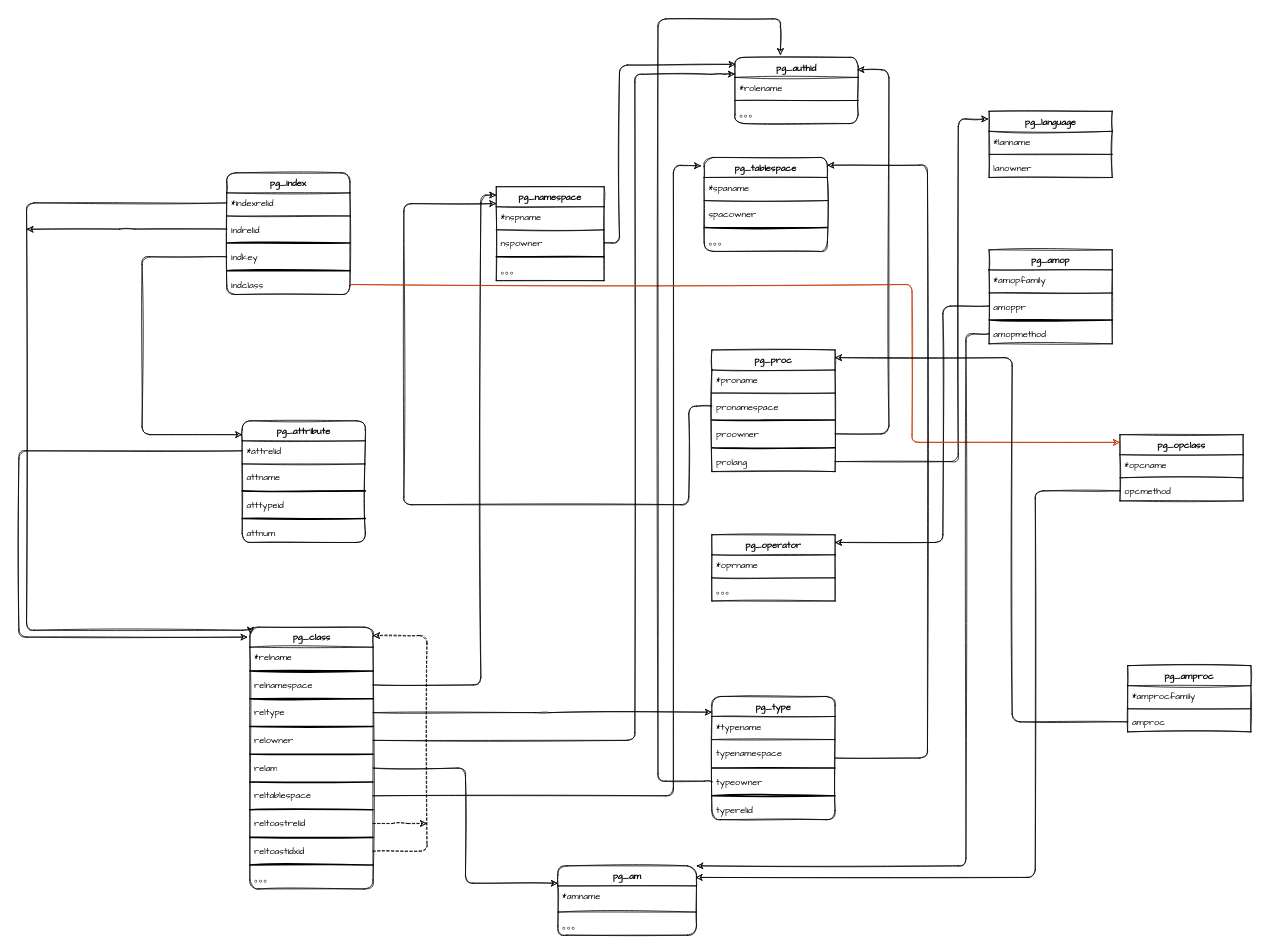
Earlier version of the draw.io diagram Untitled Diagram.drawio (nullemp/algorithm-visualizer). Source tidied: cells renumbered, new cells numbered last; positions are measured from the earlier drawing's top-left corner, leaving out a move shared by most shapes. Both pictures are drawn from the tidied source at 77%, with x=0, y=0 at pixel (18, 18).
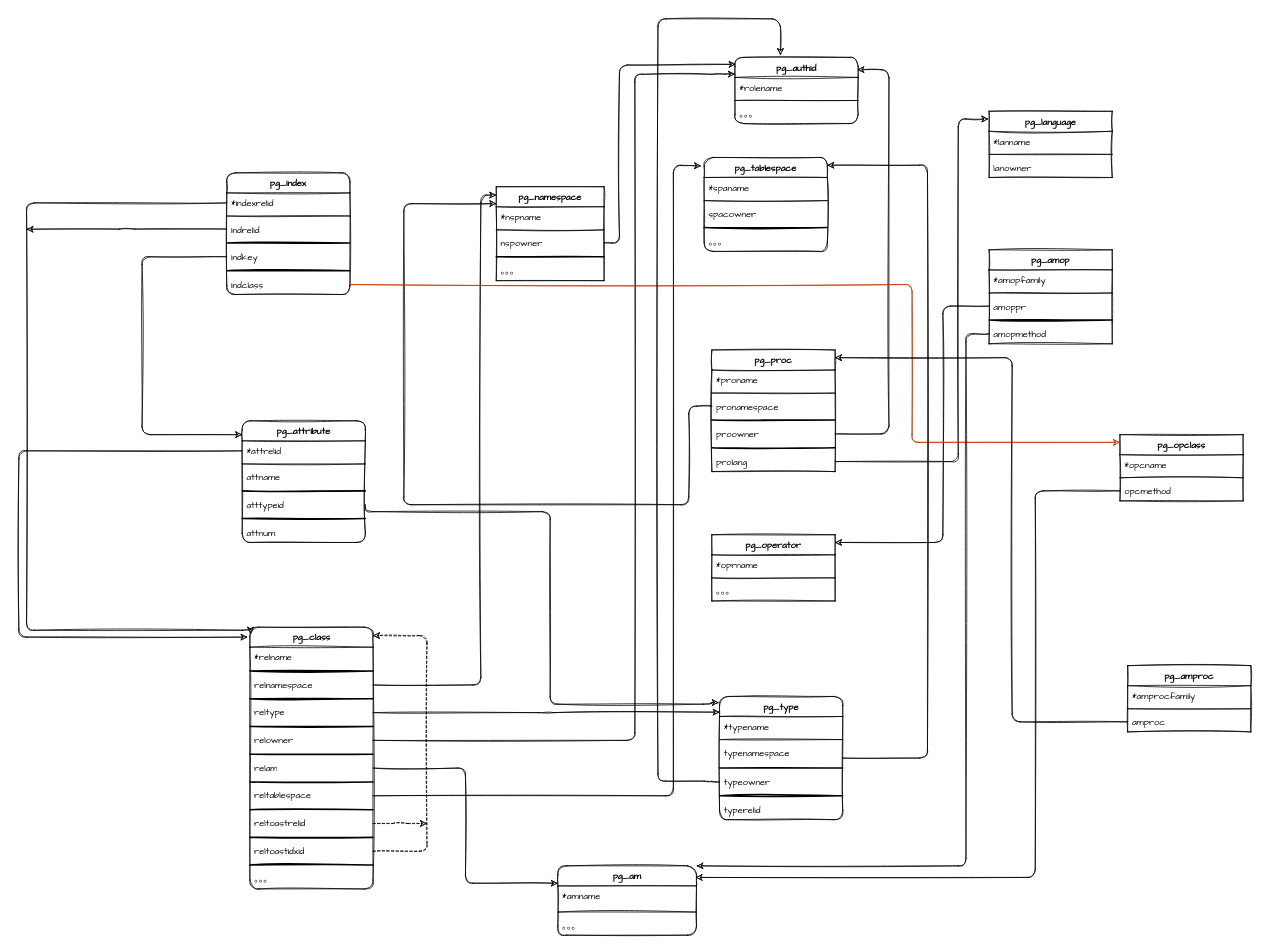
The same diagram, later.

Unchanged cells that the change refers to:
```xml
<mxCell id="59" value="atttypeid" style="text;strokeColor=none;fillColor=none;align=left;verticalAlign=top;spacingLeft=4;spacingRight=4;overflow=hidden;points=[[0,0.5],[1,0.5]];portConstraint=eastwest;rounded=1;sketch=1;fontFamily=Comic Sans MS;" parent="54" vertex="1">
  <mxGeometry y="96" width="160" height="26" as="geometry" />
</mxCell>
```

The edit, as a diff of the source:
```diff
@@
     <mxCell id="28" value="pg_type" style="swimlane;fontStyle=1;align=center;verticalAlign=top;horizontal=1;startSize=26;rounded=1;sketch=1;fontFamily=Comic Sans MS;" parent="1" vertex="1">
-      <mxGeometry x="900" y="880" width="160" height="160" as="geometry" />
+      <mxGeometry x="910" y="880" width="160" height="160" as="geometry" />
     </mxCell>
@@
+    <mxCell id="116" style="edgeStyle=segmentEdgeStyle;endArrow=classic;html=1;rounded=1;sketch=1;fontFamily=Comic Sans MS;fontSize=12;exitX=1;exitY=0.5;exitDx=0;exitDy=0;entryX=-0.006;entryY=0.05;entryDx=0;entryDy=0;entryPerimeter=0;" parent="1" edge="1" source="59" target="28">
+      <mxGeometry relative="1" as="geometry">
+        <Array as="points">
+          <mxPoint x="450" y="640" />
+          <mxPoint x="690" y="640" />
+          <mxPoint x="690" y="890" />
+          <mxPoint x="899" y="890" />
+        </Array>
+      </mxGeometry>
+    </mxCell>
```
